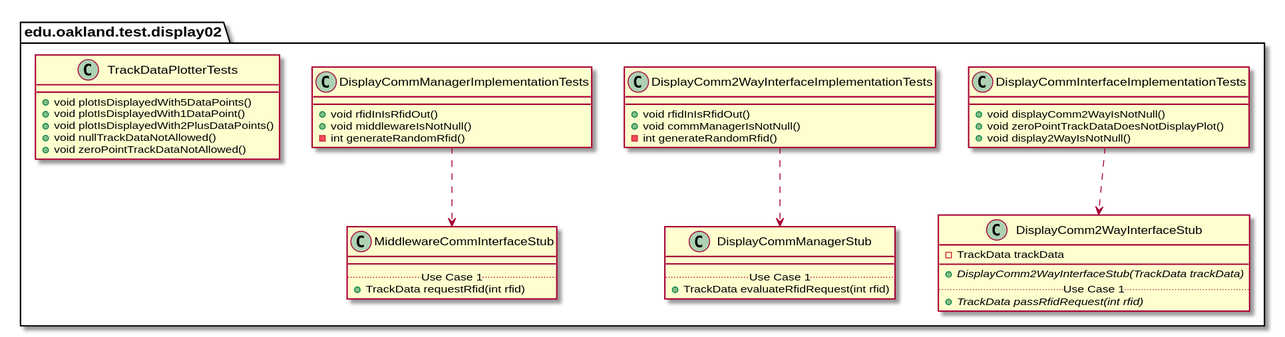
Earlier version of the PlantUML export docs/uml-class-diagrams/display02/test/Display02TestPackage_InternalDependencies.svg (andrewdimmer/csi-3370-software-project).
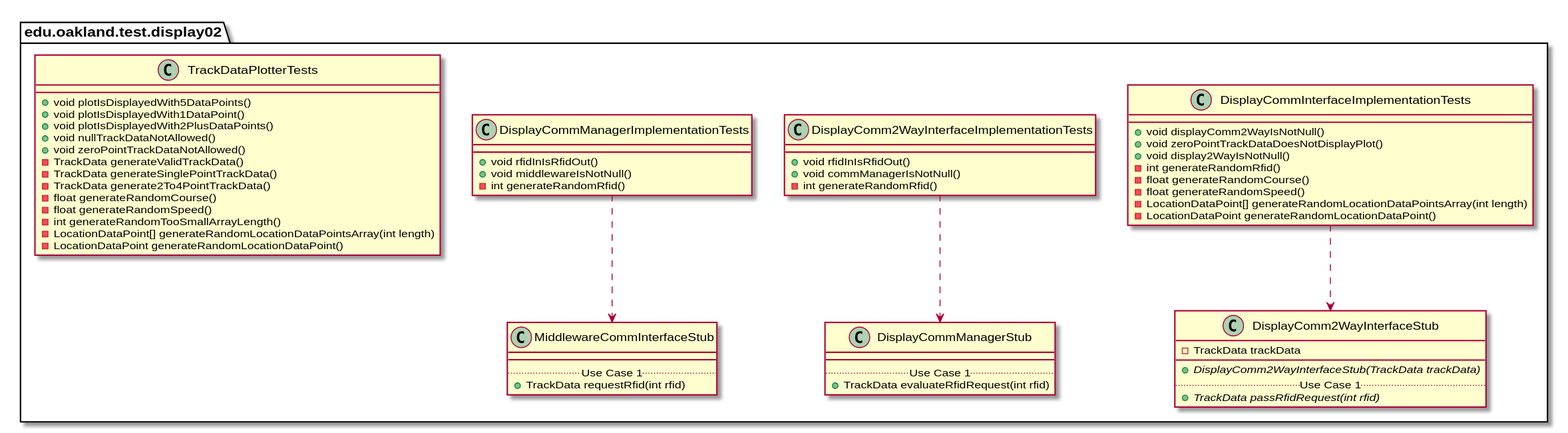
After the commit.

Change to the diagram source:
```diff
@@ -10,6 +10,11 @@
         + void displayComm2WayIsNotNull()
         + void zeroPointTrackDataDoesNotDisplayPlot()
         + void display2WayIsNotNull()
+        - int generateRandomRfid()
+        - float generateRandomCourse()
+        - float generateRandomSpeed()
+        - LocationDataPoint[] generateRandomLocationDataPointsArray(int length)
+        - LocationDataPoint generateRandomLocationDataPoint()
     }
 }
 
@@ -74,6 +79,15 @@
         + void plotIsDisplayedWith2PlusDataPoints()
         + void nullTrackDataNotAllowed()
         + void zeroPointTrackDataNotAllowed()
+        - TrackData generateValidTrackData()
+        - TrackData generateSinglePointTrackData()
+        - TrackData generate2To4PointTrackData()
+        - float generateRandomCourse()
+        - float generateRandomSpeed()
+        - int generateRandomTooSmallArrayLength()
+        - LocationDataPoint[] generateRandomLocationDataPointsArray(int length)
+        - LocationDataPoint generateRandomLocationDataPoint()
+
     }
 }
 
```
